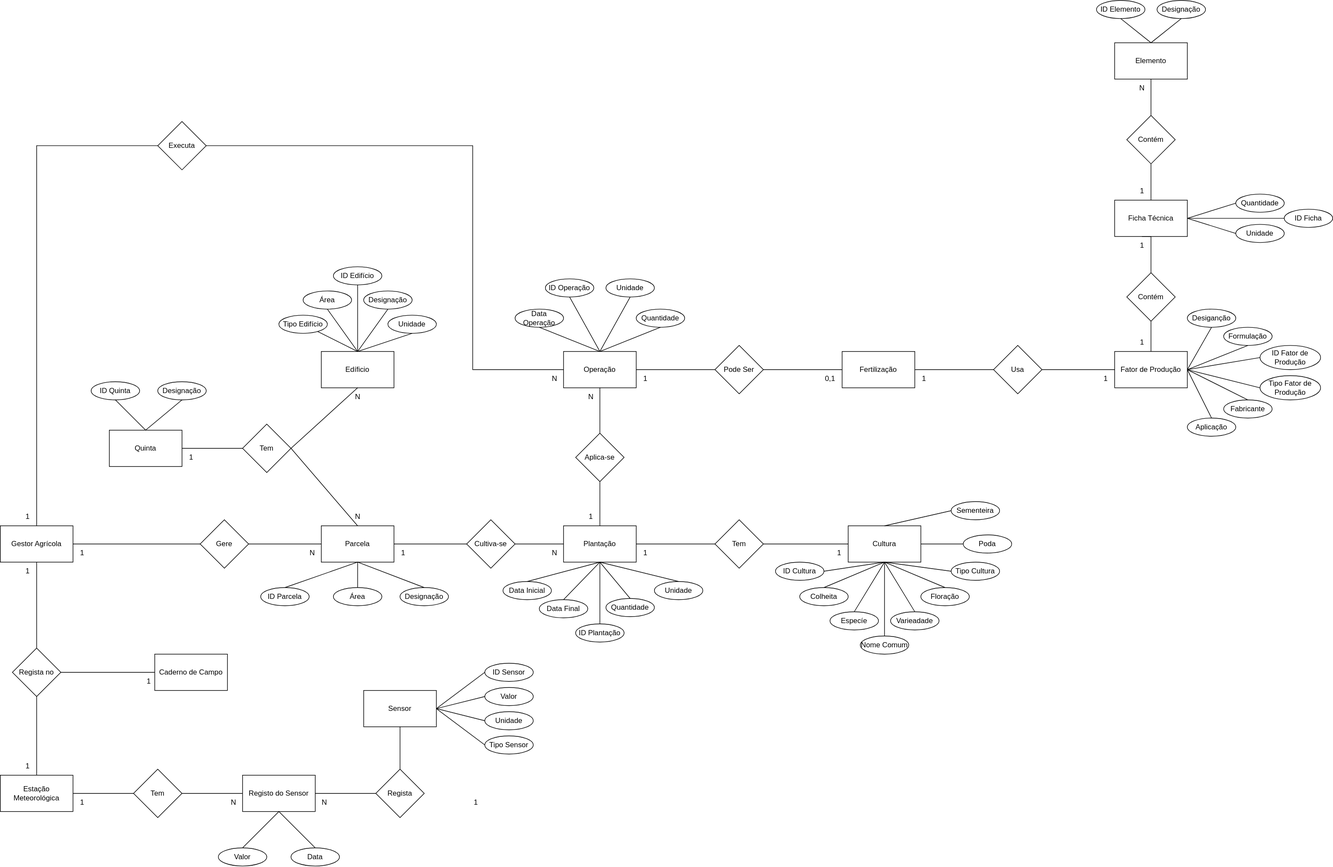
This is docs/modelos/svg/ModeloConceptual.svg from PureNimble/ISEP-LAPR3, a draw.io export, as it was before one commit. Source tidied: cells renumbered, new cells last; positions are measured from the earlier drawing's top-left corner, leaving out a move shared by most shapes.
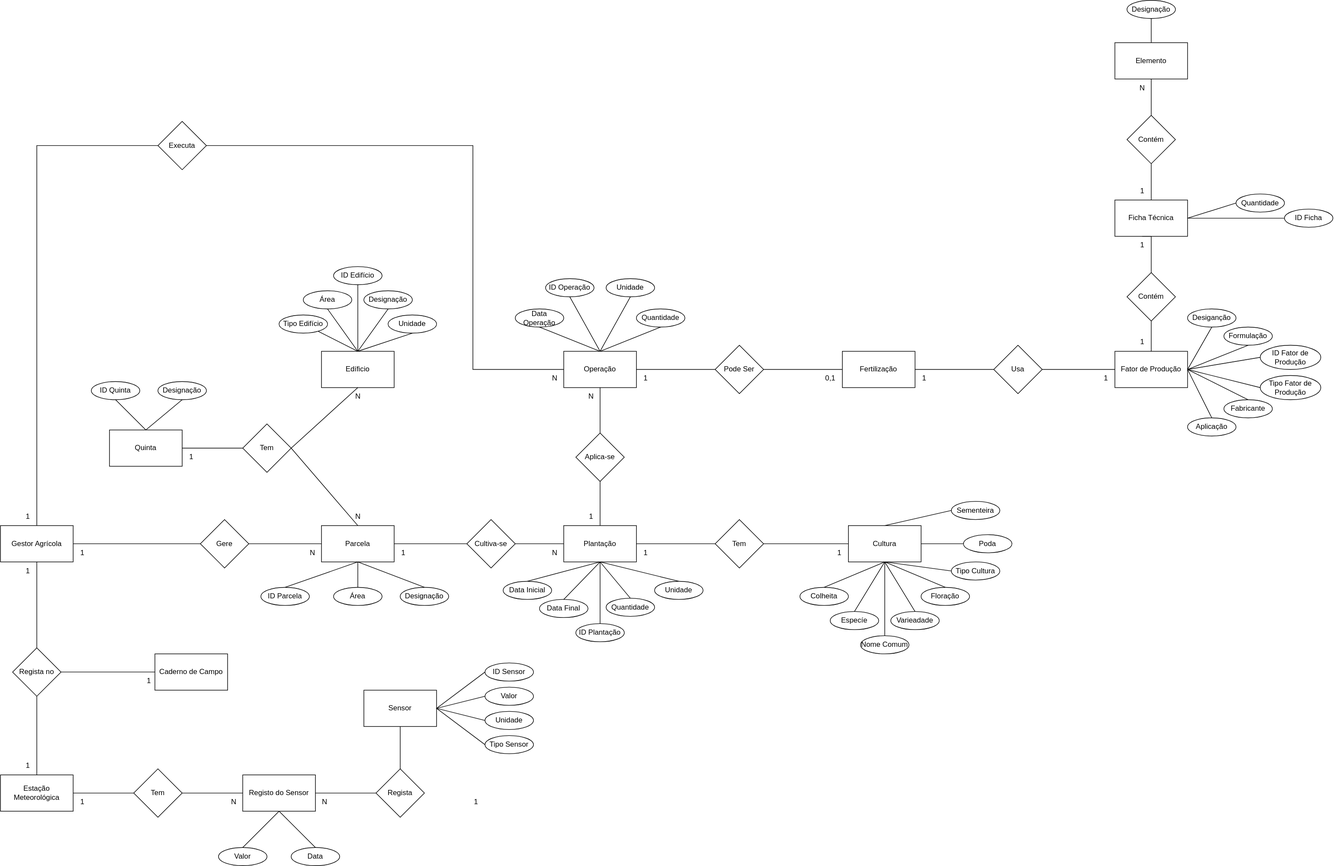
The same file after the commit.

Change to the diagram source:
```diff
@@ -133,9 +133,6 @@
     <mxCell id="44" value="1" style="text;html=1;align=center;verticalAlign=middle;strokeColor=none;fillColor=none;" parent="1" vertex="1">
       <mxGeometry x="1050" y="898" width="30" height="30" as="geometry" />
     </mxCell>
-    <mxCell id="45" value="ID Cultura" style="ellipse;whiteSpace=wrap;html=1;" parent="1" vertex="1">
-      <mxGeometry x="1280" y="928" width="80" height="30" as="geometry" />
-    </mxCell>
     <mxCell id="46" value="Nome Comum" style="ellipse;whiteSpace=wrap;html=1;" parent="1" vertex="1">
       <mxGeometry x="1420" y="1050" width="80" height="30" as="geometry" />
     </mxCell>
@@ -148,9 +145,6 @@
     <mxCell id="49" style="endArrow=none;html=1;rounded=0;entryX=0.5;entryY=1;entryDx=0;entryDy=0;exitX=0.5;exitY=0;exitDx=0;exitDy=0;" parent="1" edge="1" source="3" target="48">
       <mxGeometry relative="1" as="geometry" />
     </mxCell>
-    <mxCell id="50" style="endArrow=none;html=1;rounded=0;exitX=1;exitY=0.5;exitDx=0;exitDy=0;entryX=0.5;entryY=1;entryDx=0;entryDy=0;" parent="1" edge="1" source="45" target="37">
-      <mxGeometry relative="1" as="geometry" />
-    </mxCell>
     <mxCell id="51" style="endArrow=none;html=1;rounded=0;entryX=0.5;entryY=0;entryDx=0;entryDy=0;exitX=0.5;exitY=1;exitDx=0;exitDy=0;" parent="1" edge="1" source="37" target="46">
       <mxGeometry relative="1" as="geometry" />
     </mxCell>
@@ -350,24 +344,12 @@
     <mxCell id="115" style="endArrow=none;html=1;rounded=0;entryX=0;entryY=0.5;entryDx=0;entryDy=0;exitX=1;exitY=0.5;exitDx=0;exitDy=0;" parent="1" edge="1" source="89" target="114">
       <mxGeometry relative="1" as="geometry" />
     </mxCell>
-    <mxCell id="116" value="ID Elemento" style="ellipse;whiteSpace=wrap;html=1;" parent="1" vertex="1">
-      <mxGeometry x="1810" width="80" height="30" as="geometry" />
-    </mxCell>
     <mxCell id="117" value="Designação" style="ellipse;whiteSpace=wrap;html=1;" parent="1" vertex="1">
-      <mxGeometry x="1910" width="80" height="30" as="geometry" />
+      <mxGeometry x="1860" width="80" height="30" as="geometry" />
     </mxCell>
-    <mxCell id="118" value="Unidade" style="ellipse;whiteSpace=wrap;html=1;" parent="1" vertex="1">
-      <mxGeometry x="2040" y="370" width="80" height="30" as="geometry" />
-    </mxCell>
-    <mxCell id="119" style="endArrow=none;html=1;rounded=0;entryX=0;entryY=0.5;entryDx=0;entryDy=0;exitX=1;exitY=0.5;exitDx=0;exitDy=0;" parent="1" edge="1" source="89" target="118">
-      <mxGeometry relative="1" as="geometry" />
-    </mxCell>
     <mxCell id="120" style="endArrow=none;html=1;rounded=0;entryX=0.5;entryY=1;entryDx=0;entryDy=0;exitX=0.5;exitY=0;exitDx=0;exitDy=0;" parent="1" edge="1" source="90" target="117">
       <mxGeometry relative="1" as="geometry" />
     </mxCell>
-    <mxCell id="121" style="endArrow=none;html=1;rounded=0;entryX=0.5;entryY=1;entryDx=0;entryDy=0;exitX=0.5;exitY=0;exitDx=0;exitDy=0;" parent="1" edge="1" source="90" target="116">
-      <mxGeometry relative="1" as="geometry" />
-    </mxCell>
     <mxCell id="122" value="ID Ficha" style="ellipse;whiteSpace=wrap;html=1;" parent="1" vertex="1">
       <mxGeometry x="2120" y="345" width="80" height="30" as="geometry" />
     </mxCell>
```
